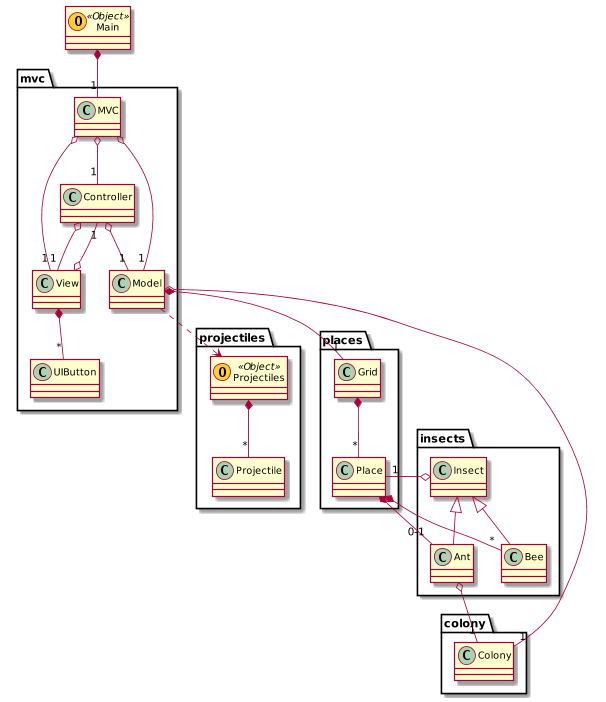
This is rapport/classDiagram.png from fdemoor/prog1p3, a PlantUML export, as it was before one commit.
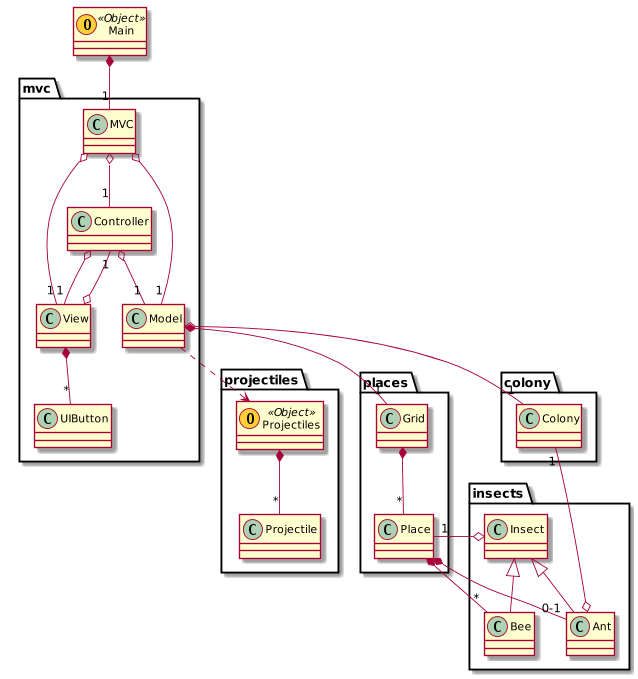
The same file after the commit.

Commit message:
Bit of work on the report section 2, added a maybe useless class diagram for insects

Diff of the diagram source:
```diff
@@ -43,7 +43,7 @@
 Place *-- "*" Bee
 
 Insect o-- "1" Place
-Ant o-- "1" Colony
+Ant o-up- "1" Colony
 
 Insect <|-- Ant
 Insect <|-- Bee
```
